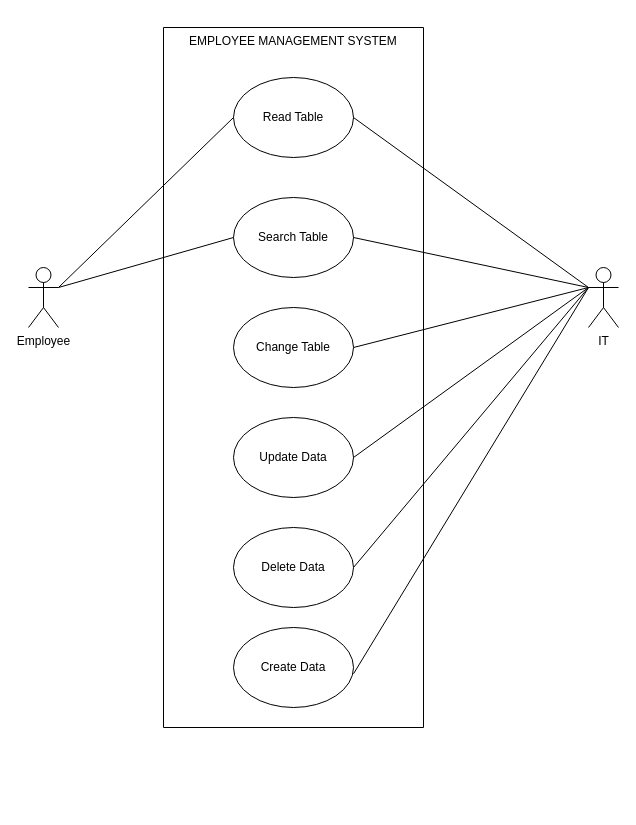
Earlier version of the draw.io diagram Diagram/UseCase.drawio (linnypham/CSC3350_project). Source tidied: cells renumbered, new cells numbered last; positions are measured from the earlier drawing's top-left corner, leaving out a move shared by most shapes. Both pictures are drawn from the tidied source at 100%, with x=0, y=0 at pixel (28, 27).
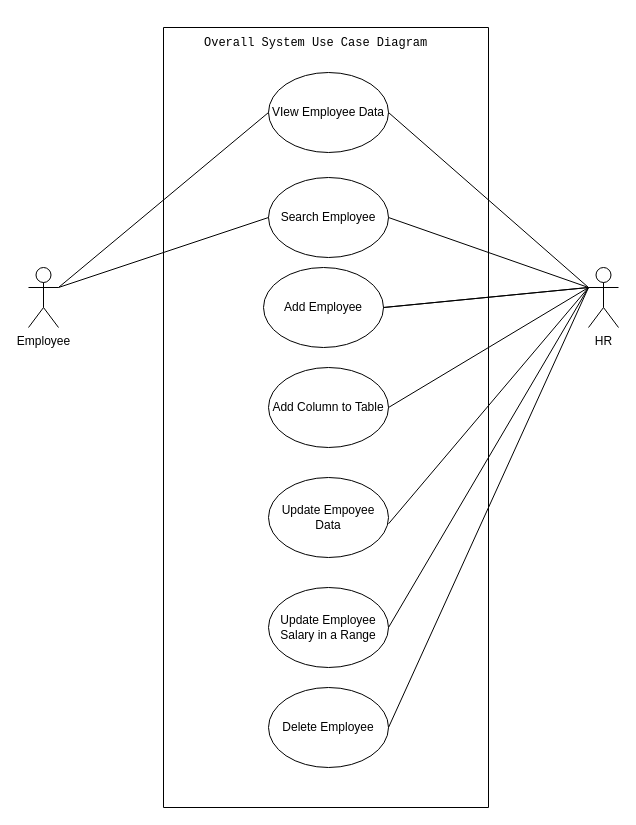
The same page after the edit.

The edit, as a diff of the source:
```diff
@@
     <mxCell id="3" style="swimlane;startSize=0;" parent="1" vertex="1">
-      <mxGeometry x="135" width="260" height="700" as="geometry" />
+      <mxGeometry x="135" width="325" height="780" as="geometry" />
     </mxCell>
-    <mxCell id="4" value="EMPLOYEE MANAGEMENT SYSTEM" style="text;strokeColor=none;fillColor=none;align=left;verticalAlign=top;spacingLeft=4;spacingRight=4;overflow=hidden;whiteSpace=wrap;html=1;" parent="3" vertex="1">
-      <mxGeometry x="20" width="220" height="26" as="geometry" />
+    <mxCell id="4" value="&lt;pre class=&quot;notranslate&quot;&gt;&lt;code&gt;Overall System Use Case Diagram&lt;/code&gt;&lt;/pre&gt;" style="text;strokeColor=none;fillColor=none;align=left;verticalAlign=top;spacingLeft=4;spacingRight=4;overflow=hidden;whiteSpace=wrap;html=1;" parent="3" vertex="1">
+      <mxGeometry x="35" y="-10" width="260" height="40" as="geometry" />
     </mxCell>
-    <mxCell id="5" value="Read Table" style="ellipse;whiteSpace=wrap;html=1;" parent="3" vertex="1">
-      <mxGeometry x="70" y="50" width="120" height="80" as="geometry" />
+    <mxCell id="5" value="VIew Employee Data" style="ellipse;whiteSpace=wrap;html=1;" parent="3" vertex="1">
+      <mxGeometry x="105" y="45" width="120" height="80" as="geometry" />
     </mxCell>
-    <mxCell id="6" value="Search Table" style="ellipse;whiteSpace=wrap;html=1;" parent="3" vertex="1">
-      <mxGeometry x="70" y="170" width="120" height="80" as="geometry" />
+    <mxCell id="6" value="Search Employee" style="ellipse;whiteSpace=wrap;html=1;" parent="3" vertex="1">
+      <mxGeometry x="105" y="150" width="120" height="80" as="geometry" />
     </mxCell>
-    <mxCell id="7" value="Change Table" style="ellipse;whiteSpace=wrap;html=1;" parent="3" vertex="1">
-      <mxGeometry x="70" y="280" width="120" height="80" as="geometry" />
+    <mxCell id="7" value="Add Employee" style="ellipse;whiteSpace=wrap;html=1;" parent="3" vertex="1">
+      <mxGeometry x="100" y="240" width="120" height="80" as="geometry" />
     </mxCell>
-    <mxCell id="8" value="Update Data" style="ellipse;whiteSpace=wrap;html=1;" parent="3" vertex="1">
-      <mxGeometry x="70" y="390" width="120" height="80" as="geometry" />
+    <mxCell id="8" value="Add Column to Table" style="ellipse;whiteSpace=wrap;html=1;" parent="3" vertex="1">
+      <mxGeometry x="105" y="340" width="120" height="80" as="geometry" />
     </mxCell>
+    <mxCell id="16" style="endArrow=none;html=1;rounded=0;entryX=1;entryY=0.5;entryDx=0;entryDy=0;endFill=0;" parent="3" edge="1" target="8">
+      <mxGeometry relative="1" as="geometry">
+        <mxPoint x="425" y="260" as="sourcePoint" />
+      </mxGeometry>
+    </mxCell>
+    <mxCell id="18" value="Update Empoyee Data" style="ellipse;whiteSpace=wrap;html=1;" parent="3" vertex="1">
+      <mxGeometry x="105" y="450" width="120" height="80" as="geometry" />
+    </mxCell>
-    <mxCell id="9" value="Delete Data" style="ellipse;whiteSpace=wrap;html=1;" parent="3" vertex="1">
-      <mxGeometry x="70" y="500" width="120" height="80" as="geometry" />
+    <mxCell id="9" value="Update Employee Salary in a Range" style="ellipse;whiteSpace=wrap;html=1;" parent="3" vertex="1">
+      <mxGeometry x="105" y="560" width="120" height="80" as="geometry" />
     </mxCell>
+    <mxCell id="20" value="Delete Employee" style="ellipse;whiteSpace=wrap;html=1;" parent="3" vertex="1">
+      <mxGeometry x="105" y="660" width="120" height="80" as="geometry" />
+    </mxCell>
@@
-    <mxCell id="12" value="IT" style="shape=umlActor;verticalLabelPosition=bottom;verticalAlign=top;html=1;outlineConnect=0;" parent="1" vertex="1">
+    <mxCell id="12" value="HR" style="shape=umlActor;verticalLabelPosition=bottom;verticalAlign=top;html=1;outlineConnect=0;" parent="1" vertex="1">
       <mxGeometry x="560" y="240" width="30" height="60" as="geometry" />
     </mxCell>
@@
-    <mxCell id="16" style="endArrow=none;html=1;rounded=0;entryX=1;entryY=0.5;entryDx=0;entryDy=0;endFill=0;" parent="1" edge="1" target="8">
-      <mxGeometry relative="1" as="geometry">
-        <mxPoint x="560" y="260" as="sourcePoint" />
-      </mxGeometry>
-    </mxCell>
@@
-    <mxCell id="18" value="Create Data" style="ellipse;whiteSpace=wrap;html=1;" parent="1" vertex="1">
-      <mxGeometry x="205" y="600" width="120" height="80" as="geometry" />
-    </mxCell>
@@
+    <mxCell id="21" style="endArrow=none;html=1;rounded=0;entryX=1;entryY=0.5;entryDx=0;entryDy=0;endFill=0;" parent="1" edge="1" target="7">
+      <mxGeometry relative="1" as="geometry">
+        <mxPoint x="560" y="260" as="sourcePoint" />
+      </mxGeometry>
+    </mxCell>
+    <mxCell id="22" style="endArrow=none;html=1;rounded=0;endFill=0;exitX=0;exitY=0.3333333333333333;exitDx=0;exitDy=0;exitPerimeter=0;entryX=1;entryY=0.5;entryDx=0;entryDy=0;" parent="1" edge="1" source="12" target="20">
+      <mxGeometry relative="1" as="geometry" />
+    </mxCell>
```
